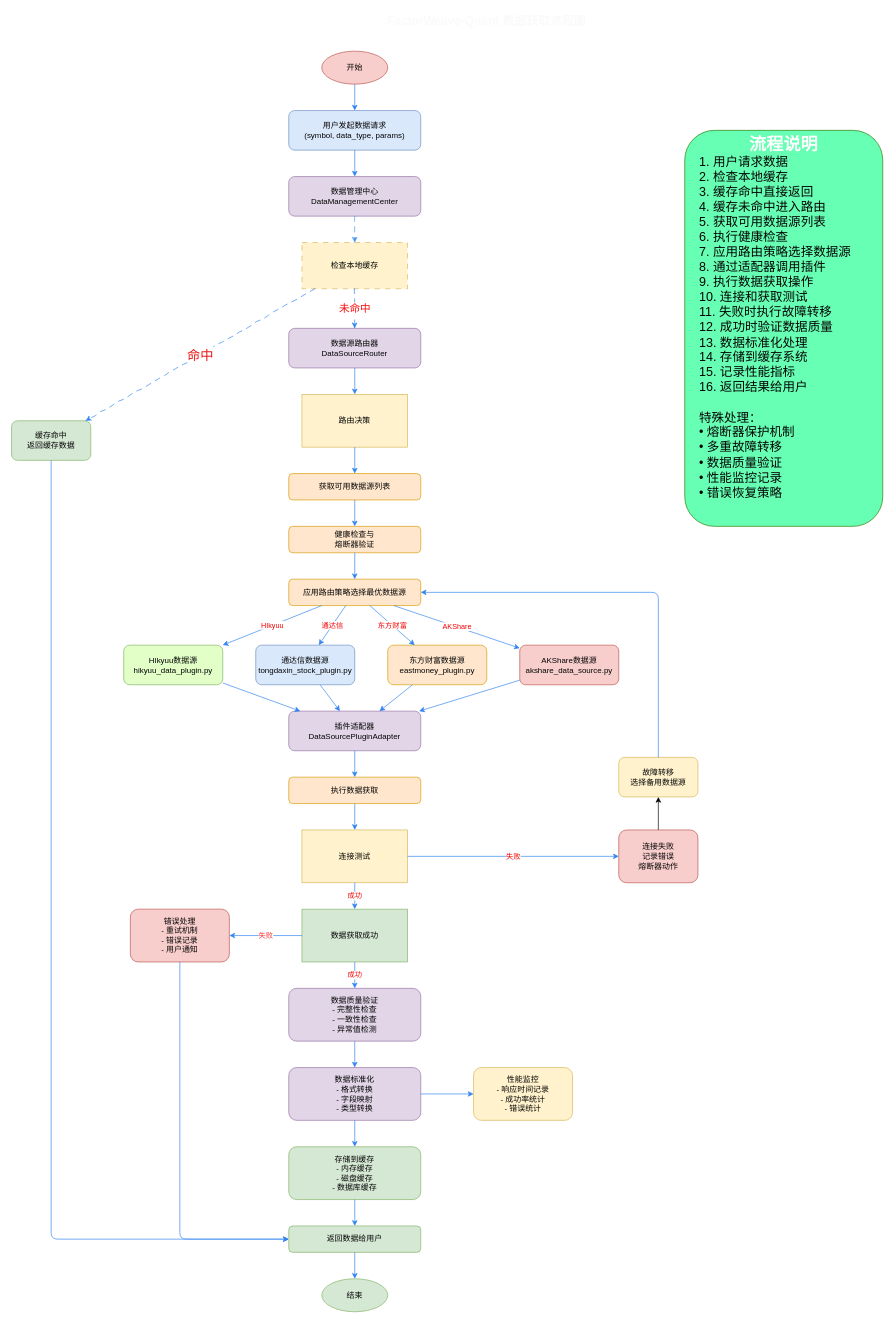
Earlier version of the draw.io diagram drawio/数据获取流程图.drawio (kzqq092-png/houta). Source tidied: cells renumbered, new cells numbered last; positions are measured from the earlier drawing's top-left corner, leaving out a move shared by most shapes. Both pictures are drawn from the tidied source at 66%, with x=0, y=0 at pixel (11, 11).
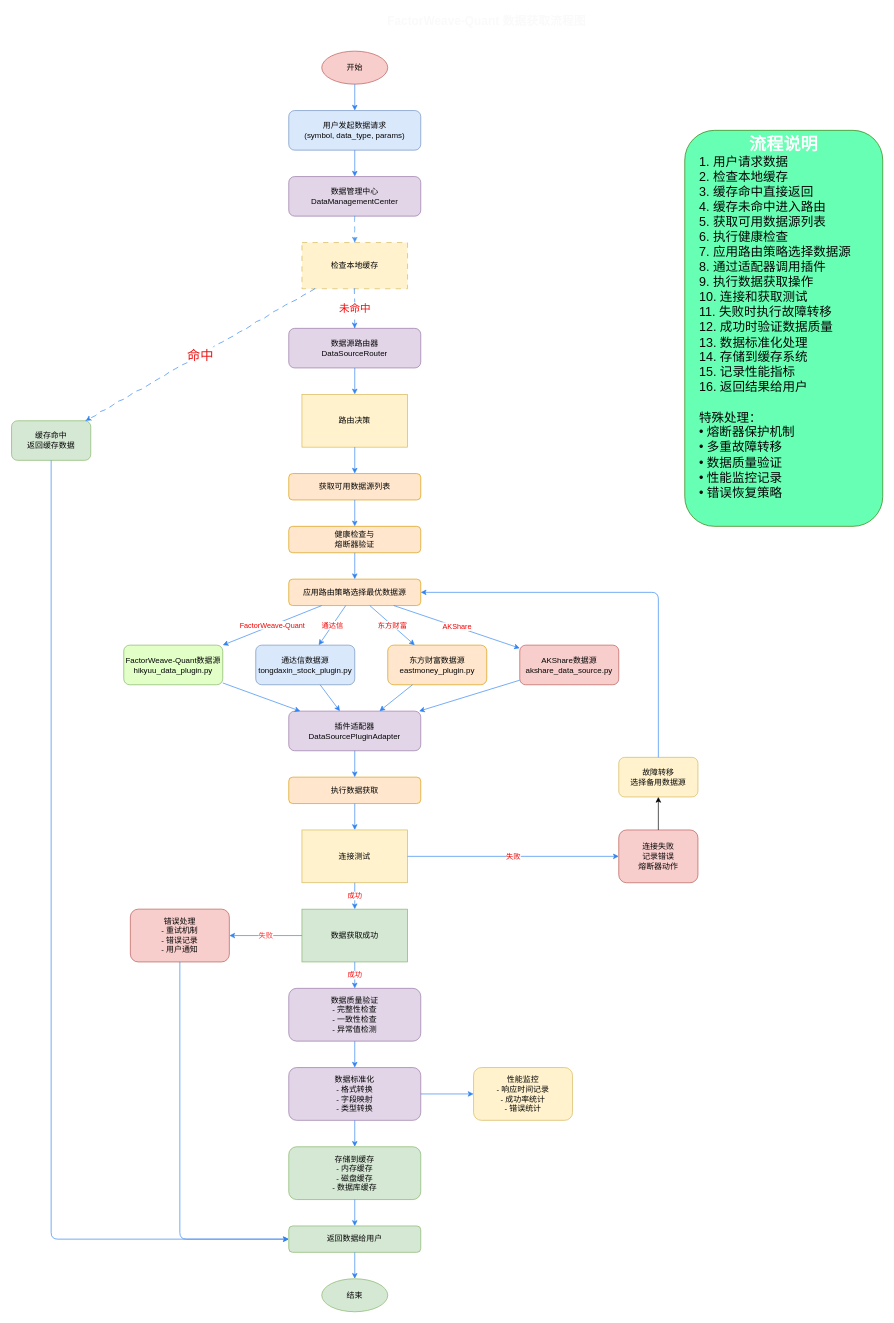
The same diagram, later.

Unchanged cells that the change refers to:
```xml
<mxCell id="12" value="应用路由策略选择最优数据源" style="rounded=1;whiteSpace=wrap;html=1;fillColor=#ffe6cc;strokeColor=#d79b00;fontColor=#050505;" parent="1" vertex="1">
  <mxGeometry x="420" y="860" width="200" height="40" as="geometry" />
</mxCell>
```

Diff of the diagram source:
```diff
@@
-    <mxCell id="13" value="HIkyuu数据源&#10;hikyuu_data_plugin.py" style="rounded=1;whiteSpace=wrap;html=1;fillColor=#e1ffc7;strokeColor=#82b366;fontColor=#050505;" parent="1" vertex="1">
+    <mxCell id="13" value="FactorWeave-Quant数据源&#10;hikyuu_data_plugin.py" style="rounded=1;whiteSpace=wrap;html=1;fillColor=#e1ffc7;strokeColor=#82b366;fontColor=#050505;" parent="1" vertex="1">
       <mxGeometry x="170" y="960" width="150" height="60" as="geometry" />
     </mxCell>
@@
-    <mxCell id="39" value="HIkyuu" style="endArrow=classic;html=1;fontColor=#f20202;flowAnimation=1;strokeColor=#3083F0;" parent="1" edge="1" source="12" target="13">
+    <mxCell id="39" value="FactorWeave-Quant" style="endArrow=classic;html=1;fontColor=#f20202;flowAnimation=1;strokeColor=#3083F0;" parent="1" edge="1" source="12" target="13">
       <mxGeometry relative="1" as="geometry" />
     </mxCell>
```
